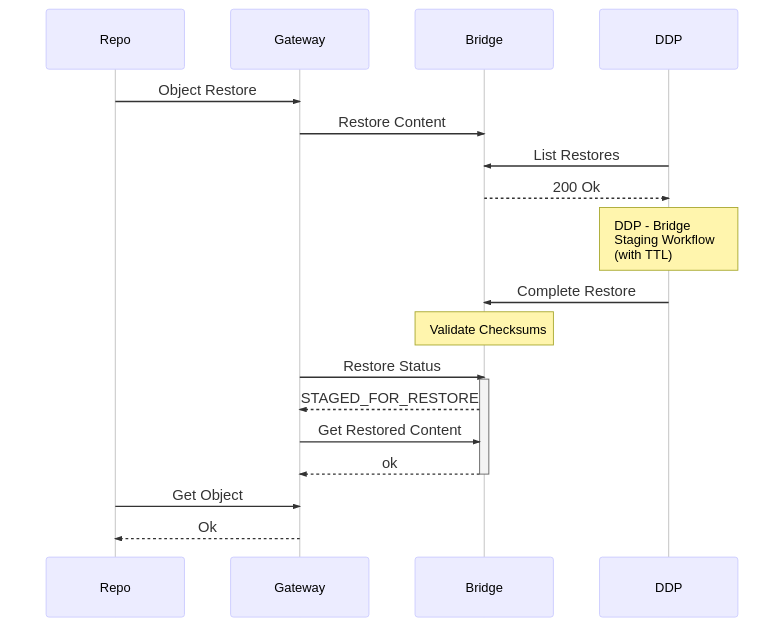
Earlier version of the Mermaid export images/restore_content.png (ucsdlib/otm-specs). Its source is kept beside it as images/restore_content.mmd.
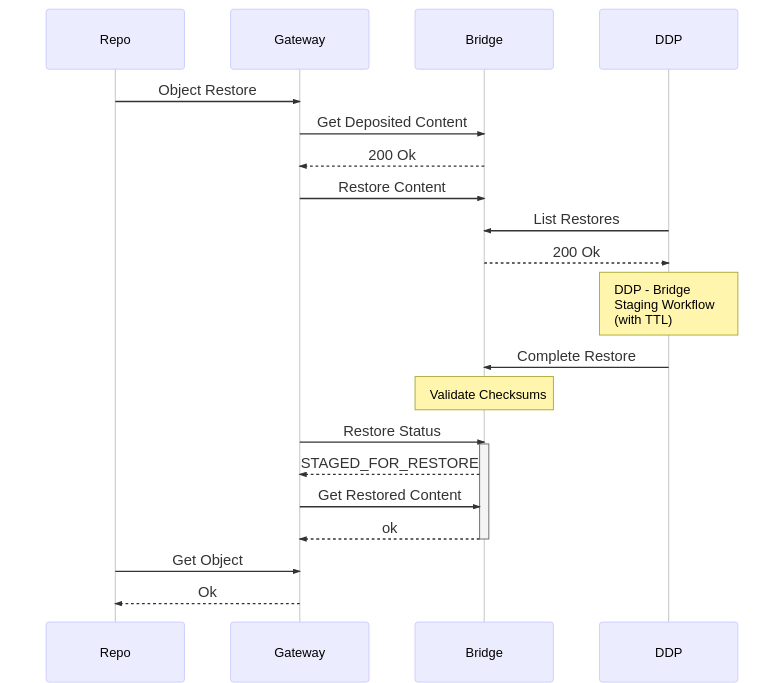
After the change.

Commit message:
Update restore workflow

Change to the diagram source:
```diff
@@ -6,7 +6,7 @@
 
   R ->> G: Object Restore
   G ->> B: Get Deposited Content
-  B <<- G: 200 Ok
+  B -->> G: 200 Ok
   G ->> B: Restore Content
   D ->> B: List Restores
   B -->> D: 200 Ok
```
